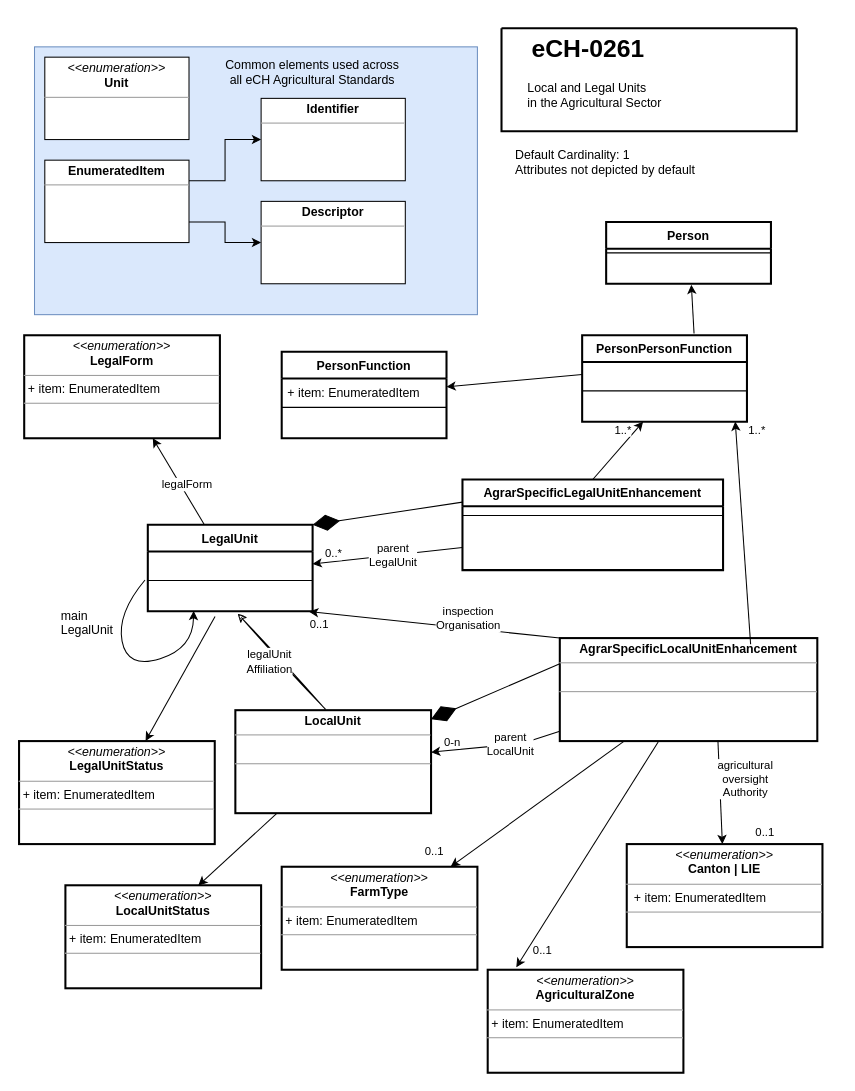
Earlier version of the draw.io diagram src/eCH-0261__1_0__overview.drawio (blw-ofag-ufag/eCH-0261). Source tidied: cells renumbered, new cells numbered last; positions are measured from the earlier drawing's top-left corner, leaving out a move shared by most shapes. Both pictures are drawn from the tidied source at 103%, with x=0, y=0 at pixel (19, 28).
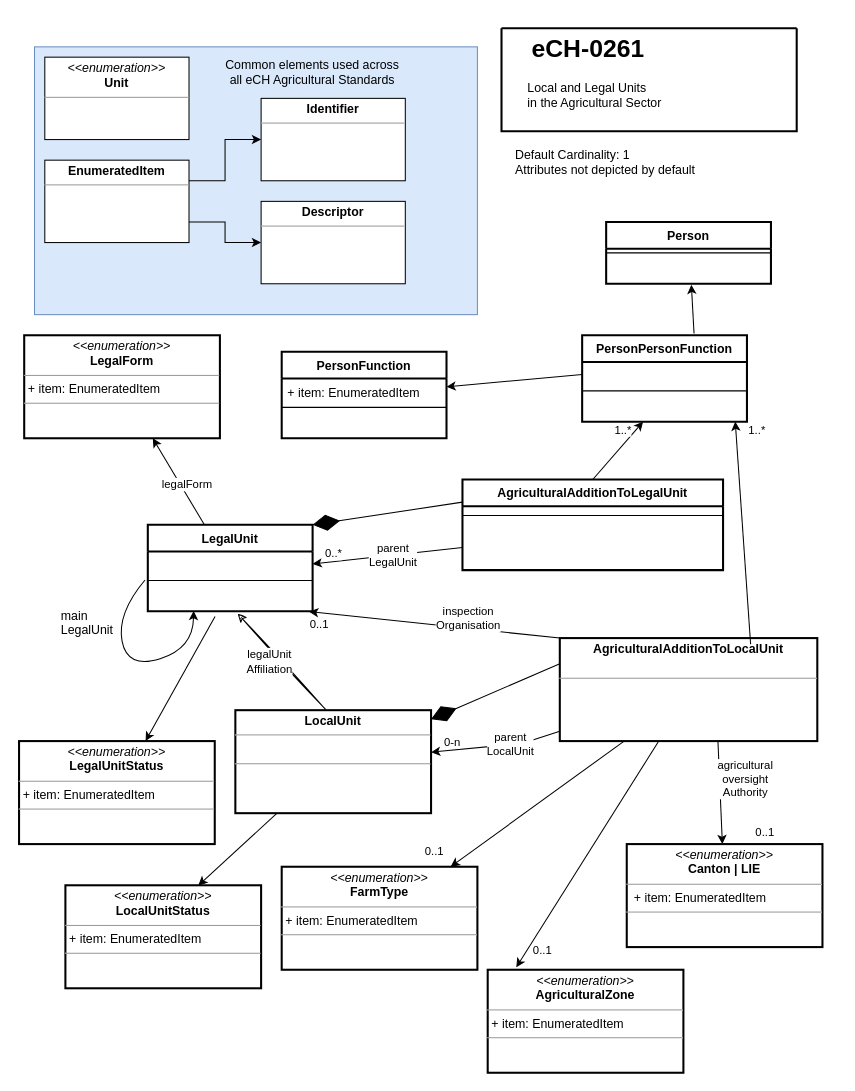
The same diagram, later.

Commit message:
Correction of class names to agree with XSD

The edit, as a diff of the source:
```diff
@@
-    <mxCell id="14" value="AgrarSpecificLegalUnitEnhancement" style="swimlane;fontStyle=1;align=center;verticalAlign=top;horizontal=1;startSize=26;strokeWidth=2;sketch=0;fontFamily=Helvetica;" parent="1" vertex="1">
+    <mxCell id="14" value="AgriculturalAdditionToLegalUnit" style="swimlane;fontStyle=1;align=center;verticalAlign=top;horizontal=1;startSize=26;strokeWidth=2;sketch=0;fontFamily=Helvetica;" parent="1" vertex="1">
       <mxGeometry x="430.5" y="438" width="253" height="88" as="geometry" />
     </mxCell>
@@
-    <mxCell id="45" value="&lt;p style=&quot;margin:0px;margin-top:4px;text-align:center;&quot;&gt;&lt;b&gt;AgrarSpecificLocalUnitEnhancement&lt;/b&gt;&lt;/p&gt;&lt;hr size=&quot;1&quot;&gt;&lt;p style=&quot;margin:0px;margin-left:4px;&quot;&gt;&amp;nbsp;&lt;br&gt;&lt;/p&gt;&lt;hr size=&quot;1&quot;&gt;&lt;p style=&quot;margin:0px;margin-left:4px;&quot;&gt;&lt;br&gt;&lt;/p&gt;" style="verticalAlign=top;align=left;overflow=fill;fontSize=12;fontFamily=Helvetica;html=1;sketch=0;strokeWidth=2;" parent="1" vertex="1">
+    <mxCell id="45" value="&lt;p style=&quot;margin:0px;margin-top:4px;text-align:center;&quot;&gt;&lt;b&gt;AgriculturalAdditionToLocalUnit&lt;/b&gt;&lt;/p&gt;&lt;p style=&quot;margin:0px;margin-left:4px;&quot;&gt;&amp;nbsp;&lt;br&gt;&lt;/p&gt;&lt;hr size=&quot;1&quot;&gt;&lt;p style=&quot;margin:0px;margin-left:4px;&quot;&gt;&lt;br&gt;&lt;/p&gt;" style="verticalAlign=top;align=left;overflow=fill;fontSize=12;fontFamily=Helvetica;html=1;sketch=0;strokeWidth=2;" parent="1" vertex="1">
       <mxGeometry x="525" y="592" width="250" height="100" as="geometry" />
     </mxCell>
```
